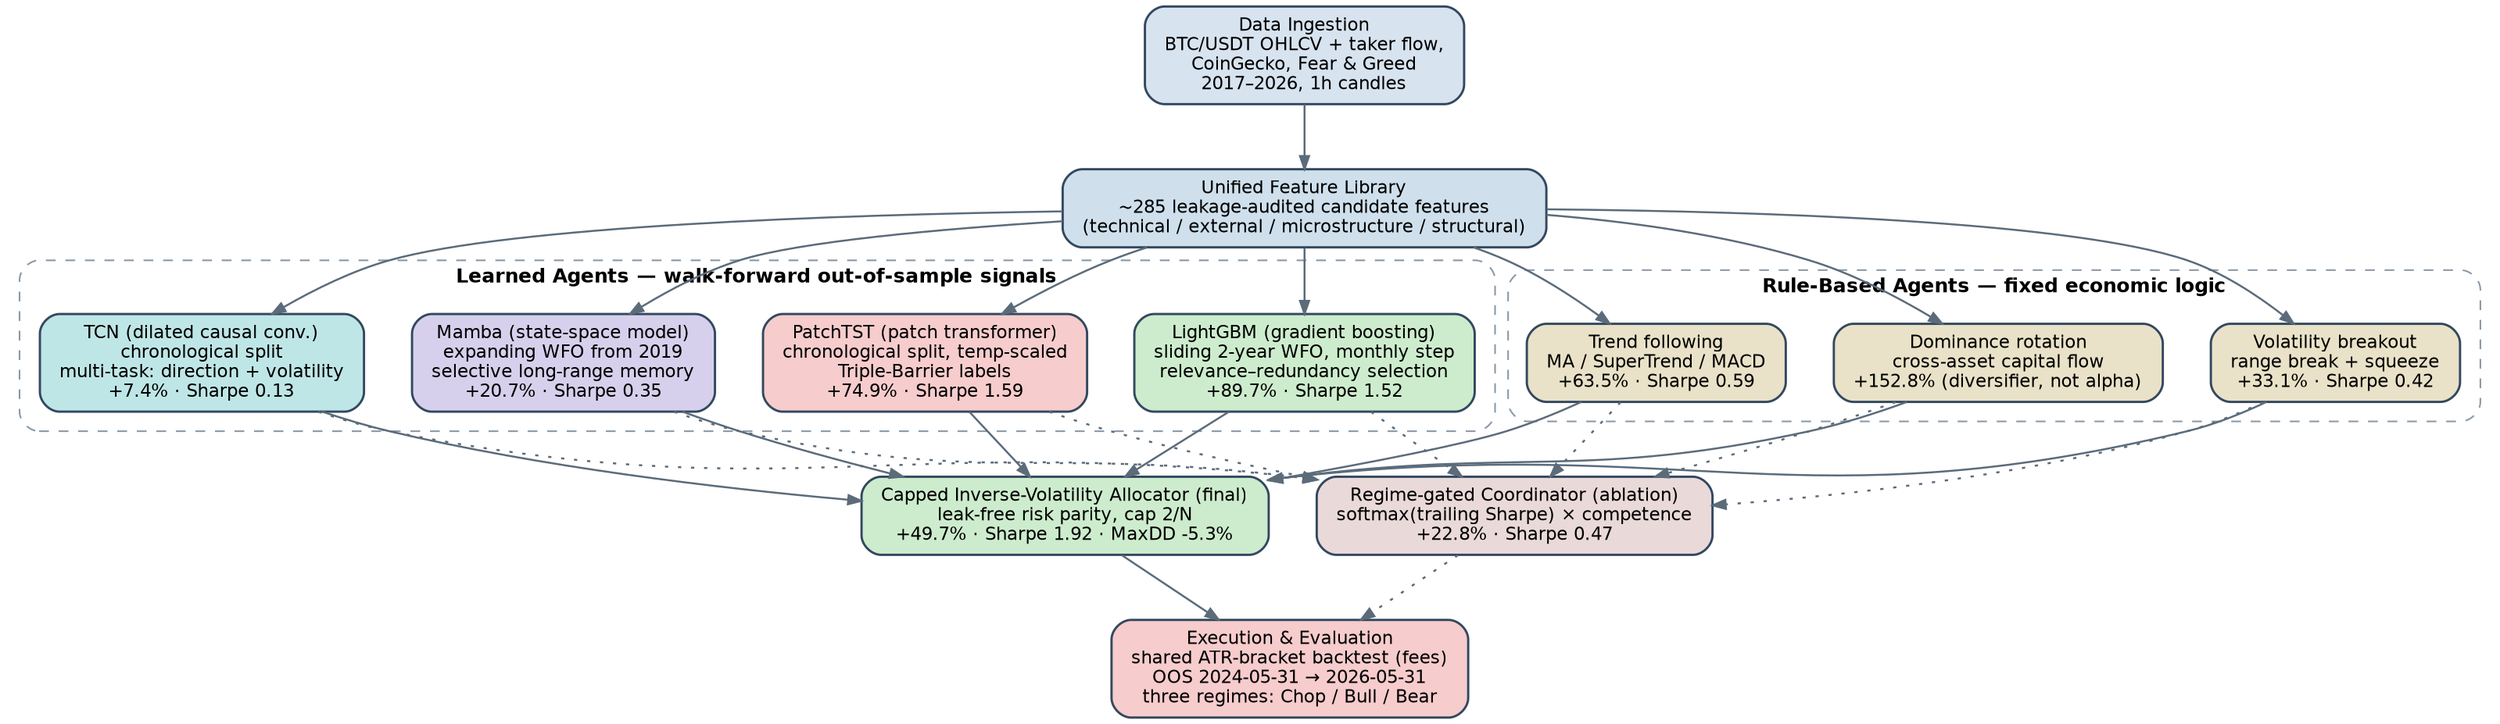
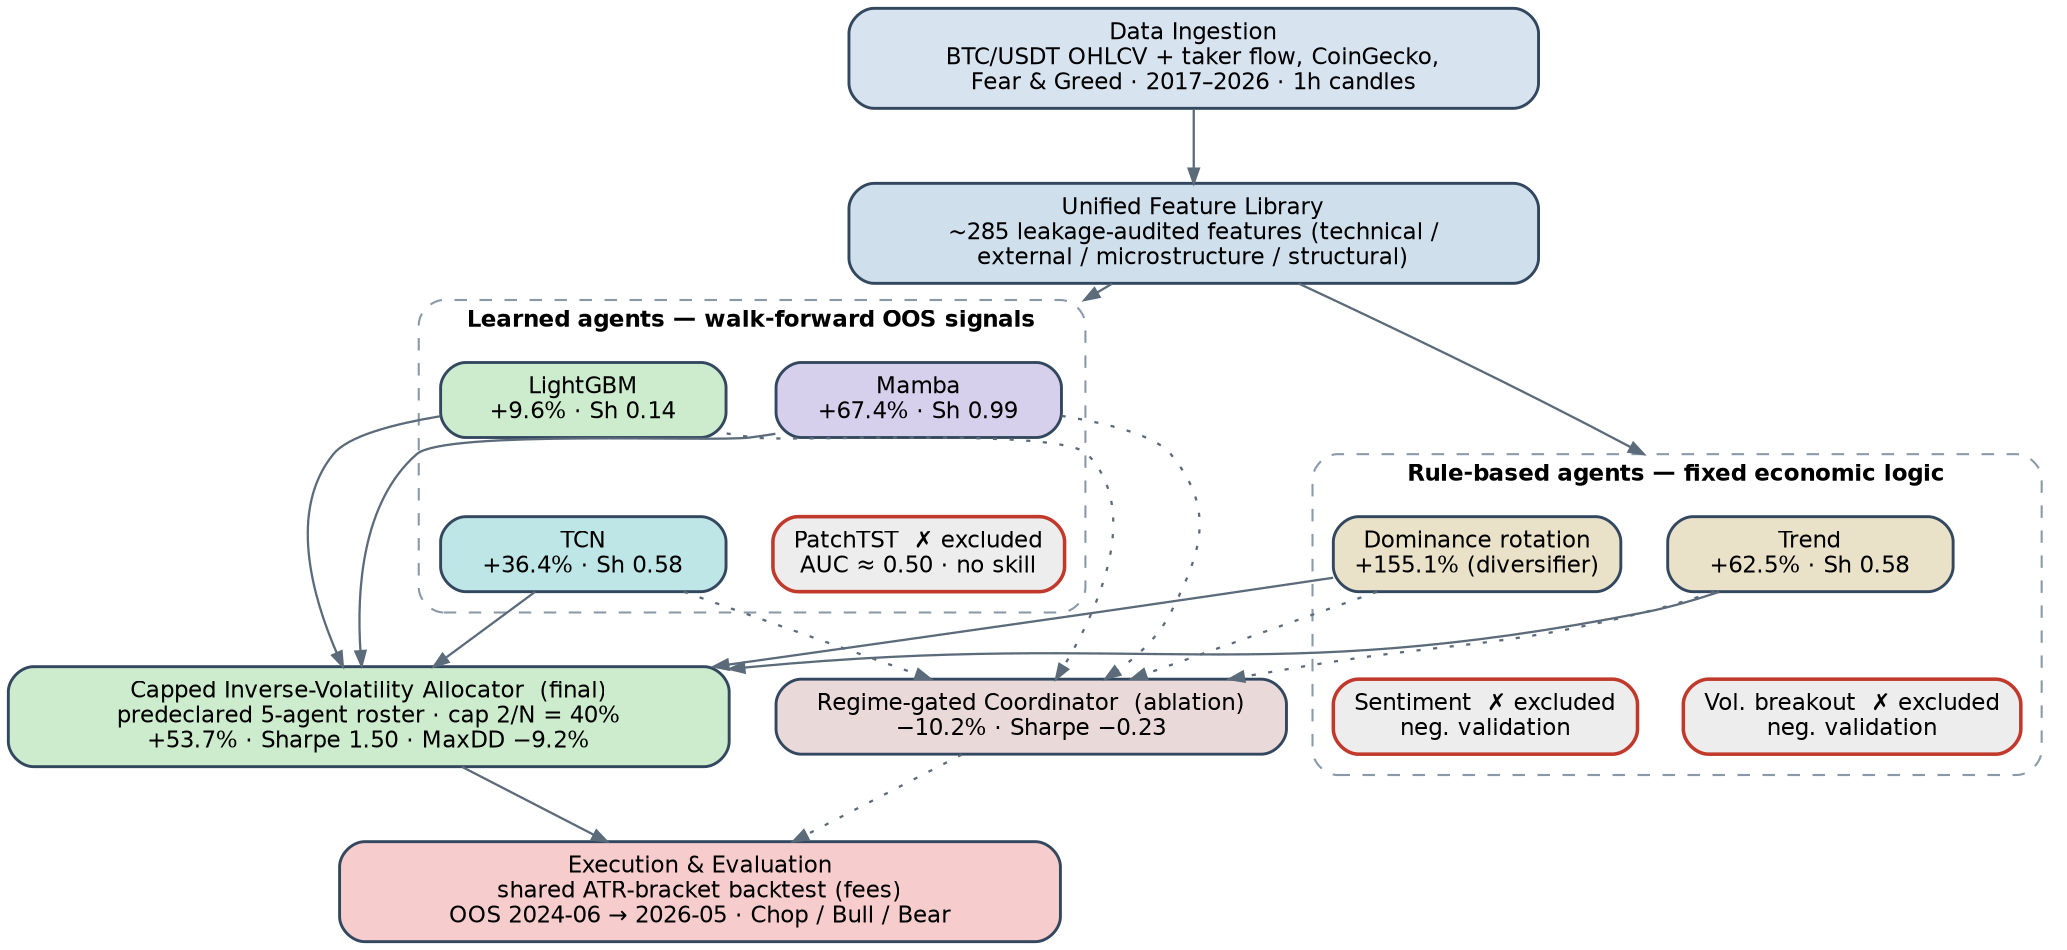
// Hybrid Multi-Agent Trading System — high-level architecture
// Rendered with: dot -Tpng -Gdpi=200 system_overview.dot -o system_overview.png
digraph SystemOverview {
    rankdir=TB;
    bgcolor="white";
    splines=true;
-     nodesep=0.40;
-     ranksep=0.55;
+     compound=true;
+     nodesep=0.30;
+     ranksep=0.50;
    node [shape=box, style="rounded,filled", fontname="Helvetica", fontsize=11,
-           color="#33485f", penwidth=1.4, margin="0.16,0.09"];
-     edge [color="#5b6b7a", arrowsize=0.8, penwidth=1.2];
+           color="#33485f", penwidth=1.4, margin="0.14,0.08", width=1.9];
+     edge [color="#5b6b7a", arrowsize=0.7, penwidth=1.1];

-     // ---- Data ingestion ----
-     DATA [label="Data Ingestion\nBTC/USDT OHLCV + taker flow,\nCoinGecko, Fear & Greed\n2017–2026, 1h candles",
-           fillcolor="#d7e3ef"];
+     DATA [label="Data Ingestion\nBTC/USDT OHLCV + taker flow, CoinGecko,\nFear & Greed · 2017–2026 · 1h candles",
+           fillcolor="#d7e3ef", width=4.6];
+     FEAT [label="Unified Feature Library\n~285 leakage-audited features (technical /\nexternal / microstructure / structural)",
+           fillcolor="#cfe0ec", width=4.6];

-     // ---- Unified feature library ----
-     FEAT [label="Unified Feature Library\n~285 leakage-audited candidate features\n(technical / external / microstructure / structural)",
-           fillcolor="#cfe0ec"];
- 
-     // ---- Learned agents ----
+     // ---- Learned agents (2x2; rank constraints live INSIDE the cluster) ----
    subgraph cluster_learned {
-         label="Learned Agents — walk-forward out-of-sample signals";
-         labelloc="t";
-         fontname="Helvetica-Bold";
-         fontsize=12;
-         style="dashed,rounded";
-         color="#8a99a8";
-         margin=12;
- 
-         LGBM   [label="LightGBM (gradient boosting)\nsliding 2-year WFO, monthly step\nrelevance–redundancy selection\n+89.7% · Sharpe 1.52",
-                 fillcolor="#cdeccd"];
-         PATCH  [label="PatchTST (patch transformer)\nchronological split, temp-scaled\nTriple-Barrier labels\n+74.9% · Sharpe 1.59",
-                 fillcolor="#f6cccc"];
-         MAMBA  [label="Mamba (state-space model)\nexpanding WFO from 2019\nselective long-range memory\n+20.7% · Sharpe 0.35",
-                 fillcolor="#d7d0ec"];
-         TCN    [label="TCN (dilated causal conv.)\nchronological split\nmulti-task: direction + volatility\n+7.4% · Sharpe 0.13",
-                 fillcolor="#bfe6e6"];
+         label="Learned agents — walk-forward OOS signals";
+         labelloc="t"; fontname="Helvetica-Bold"; fontsize=11;
+         style="dashed,rounded"; color="#8a99a8"; margin=10;
+         LGBM  [label="LightGBM\n+9.6% · Sh 0.14",  fillcolor="#cdeccd"];
+         MAMBA [label="Mamba\n+67.4% · Sh 0.99",    fillcolor="#d7d0ec"];
+         TCN   [label="TCN\n+36.4% · Sh 0.58",      fillcolor="#bfe6e6"];
+         PATCH [label="PatchTST  ✗ excluded\nAUC ≈ 0.50 · no skill", fillcolor="#ededed", color="#c0392b", penwidth=1.7];
+         { rank=same; LGBM; MAMBA; }
+         { rank=same; TCN;  PATCH; }
+         LGBM -> TCN [style=invis];  MAMBA -> PATCH [style=invis];
    }

-     // ---- Rule-based agents ----
+     // ---- Rule agents (2x2) ----
    subgraph cluster_rules {
-         label="Rule-Based Agents — fixed economic logic";
-         labelloc="t";
-         fontname="Helvetica-Bold";
-         fontsize=12;
-         style="dashed,rounded";
-         color="#8a99a8";
-         margin=12;
- 
-         TREND  [label="Trend following\nMA / SuperTrend / MACD\n+63.5% · Sharpe 0.59",
-                 fillcolor="#e9e2c8"];
-         VOLB   [label="Volatility breakout\nrange break + squeeze\n+33.1% · Sharpe 0.42",
-                 fillcolor="#e9e2c8"];
-         DOM    [label="Dominance rotation\ncross-asset capital flow\n+152.8% (diversifier, not alpha)",
-                 fillcolor="#e9e2c8"];
+         label="Rule-based agents — fixed economic logic";
+         labelloc="t"; fontname="Helvetica-Bold"; fontsize=11;
+         style="dashed,rounded"; color="#8a99a8"; margin=10;
+         TREND [label="Trend\n+62.5% · Sh 0.58",        fillcolor="#e9e2c8"];
+         DOM   [label="Dominance rotation\n+155.1% (diversifier)", fillcolor="#e9e2c8"];
+         VOLB  [label="Vol. breakout  ✗ excluded\nneg. validation", fillcolor="#ededed", color="#c0392b", penwidth=1.7];
+         SENT  [label="Sentiment  ✗ excluded\nneg. validation",     fillcolor="#ededed", color="#c0392b", penwidth=1.7];
+         { rank=same; TREND; DOM; }
+         { rank=same; VOLB;  SENT; }
+         TREND -> VOLB [style=invis];  DOM -> SENT [style=invis];
    }

-     // ---- Allocation layer ----
-     ALLOC  [label="Capped Inverse-Volatility Allocator (final)\nleak-free risk parity, cap 2/N\n+49.7% · Sharpe 1.92 · MaxDD -5.3%",
-             fillcolor="#cdeccd"];
-     COORD  [label="Regime-gated Coordinator (ablation)\nsoftmax(trailing Sharpe) × competence\n+22.8% · Sharpe 0.47",
-             fillcolor="#ead9d9"];
- 
-     // ---- Execution ----
-     EXEC   [label="Execution & Evaluation\nshared ATR-bracket backtest (fees)\nOOS 2024-05-31 → 2026-05-31\nthree regimes: Chop / Bull / Bear",
-             fillcolor="#f6cccc"];
+     // ---- Allocation + execution ----
+     ALLOC [label="Capped Inverse-Volatility Allocator  (final)\npredeclared 5-agent roster · cap 2/N = 40%\n+53.7% · Sharpe 1.50 · MaxDD −9.2%",
+            fillcolor="#cdeccd", width=4.8];
+     COORD [label="Regime-gated Coordinator  (ablation)\n−10.2% · Sharpe −0.23",
+            fillcolor="#ead9d9", width=3.4];
+     EXEC  [label="Execution & Evaluation\nshared ATR-bracket backtest (fees)\nOOS 2024-06 → 2026-05 · Chop / Bull / Bear",
+            fillcolor="#f6cccc", width=4.8];

    // ---- Edges ----
    DATA -> FEAT;
-     FEAT -> LGBM;
-     FEAT -> PATCH;
-     FEAT -> MAMBA;
-     FEAT -> TCN;
-     FEAT -> TREND;
-     FEAT -> VOLB;
-     FEAT -> DOM;
+     // One arrow from the feature library to each agent family (keeps the top uncluttered).
+     FEAT -> MAMBA [lhead=cluster_learned];
+     FEAT -> TREND [lhead=cluster_rules];

-     LGBM  -> ALLOC;  PATCH -> ALLOC;  MAMBA -> ALLOC;  TCN -> ALLOC;
-     TREND -> ALLOC;  VOLB  -> ALLOC;  DOM   -> ALLOC;
- 
-     LGBM  -> COORD [style=dotted];  PATCH -> COORD [style=dotted];
-     MAMBA -> COORD [style=dotted];  TCN   -> COORD [style=dotted];
-     TREND -> COORD [style=dotted];  VOLB  -> COORD [style=dotted];
-     DOM   -> COORD [style=dotted];
+     // Only the predeclared roster (5 agents) feeds the fund + coordinator ablation.
+     LGBM -> ALLOC; MAMBA -> ALLOC; TCN -> ALLOC; TREND -> ALLOC; DOM -> ALLOC;
+     LGBM -> COORD [style=dotted]; MAMBA -> COORD [style=dotted]; TCN -> COORD [style=dotted];
+     TREND -> COORD [style=dotted]; DOM -> COORD [style=dotted];
+     // Excluded candidates (greyed, ✗) are honest negatives — no downstream wiring.

    ALLOC -> EXEC;
    COORD -> EXEC [style=dotted];
- 
    { rank=same; ALLOC; COORD; }
}
